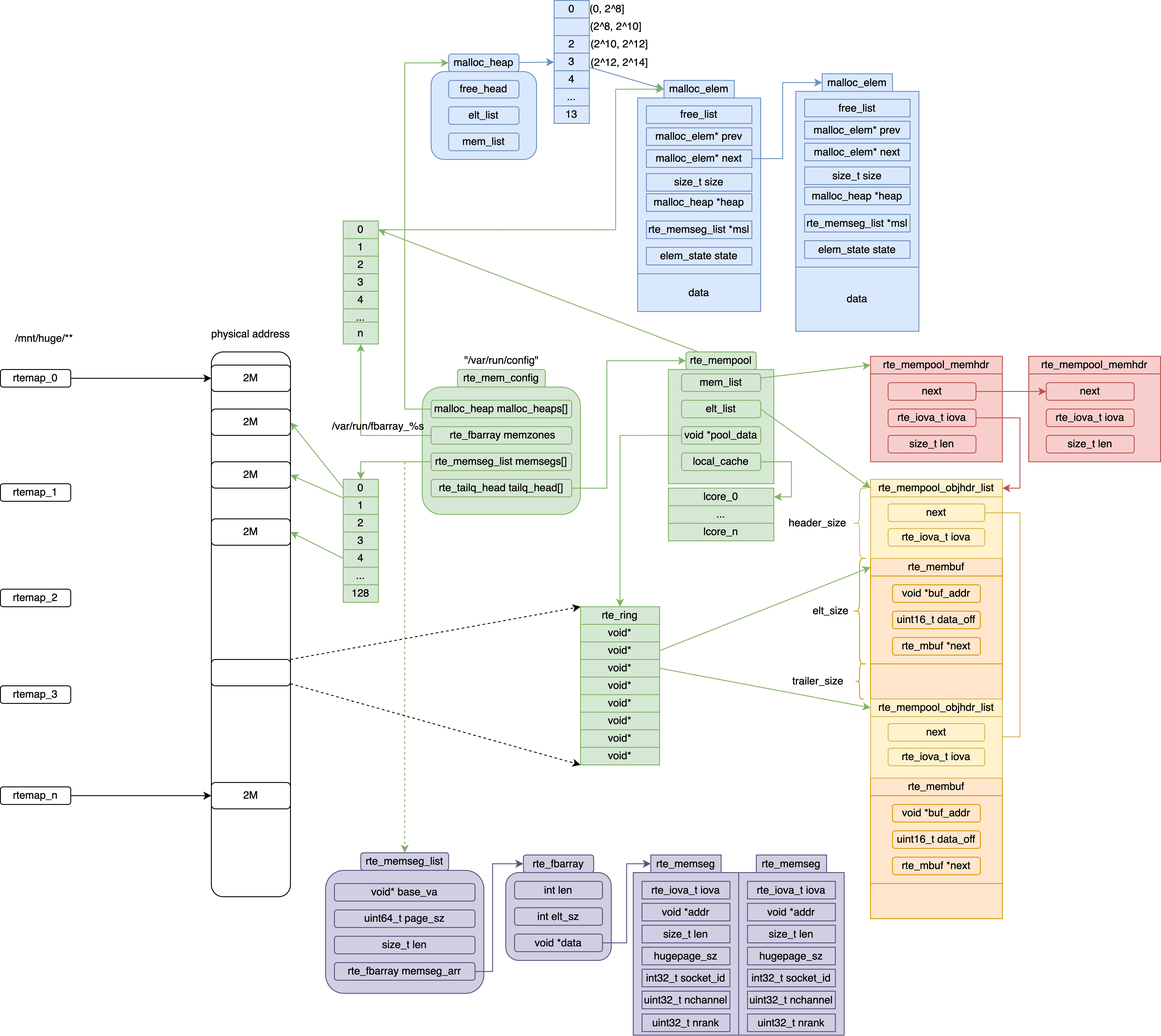
Above: OpenSource/Image/DPDK/mem-arch.png in jemmy512/software-engineer (draw.io), before the change. Source tidied: cells renumbered, new cells last; positions are measured from the earlier drawing's top-left corner, leaving out a move shared by most shapes.
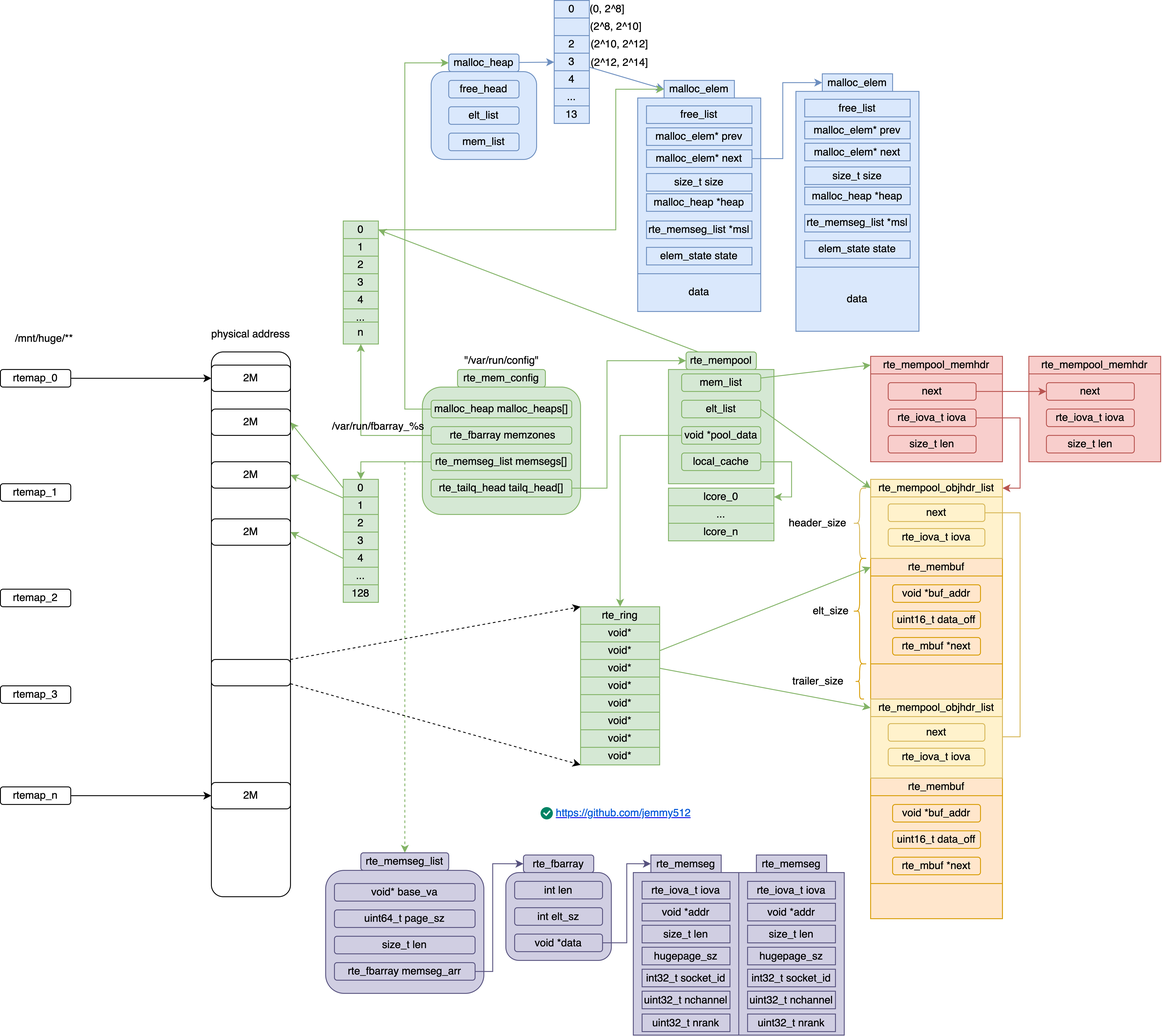
The same diagram one commit later.

Diff of the diagram source:
```diff
@@ -615,5 +615,11 @@
     <mxCell id="189" value="(2^12, 2^14]" style="text;html=1;align=center;verticalAlign=middle;strokeColor=none;fillColor=none;" parent="1" vertex="1">
       <mxGeometry x="664" y="61" width="80" height="20" as="geometry" />
     </mxCell>
+    <mxCell id="190" style="html=1;shadow=0;dashed=0;shape=mxgraph.atlassian.checkbox;fillColor=#008465;strokeColor=none;html=1;sketch=0;" parent="1" vertex="1">
+      <mxGeometry x="614.5" y="918" width="14" height="14" as="geometry" />
+    </mxCell>
+    <mxCell id="191" value="&lt;span style=&quot;color: rgb(0 , 87 , 216) ; text-align: left&quot;&gt;https://github.com/jemmy512&lt;/span&gt;" style="text;html=1;strokeColor=none;fillColor=none;whiteSpace=wrap;align=center;verticalAlign=middle;fontColor=#0000EE;fontStyle=4;" parent="1" vertex="1">
+      <mxGeometry x="623.5" y="905" width="170" height="40" as="geometry" />
+    </mxCell>
   </root>
 </mxGraphModel>
```
